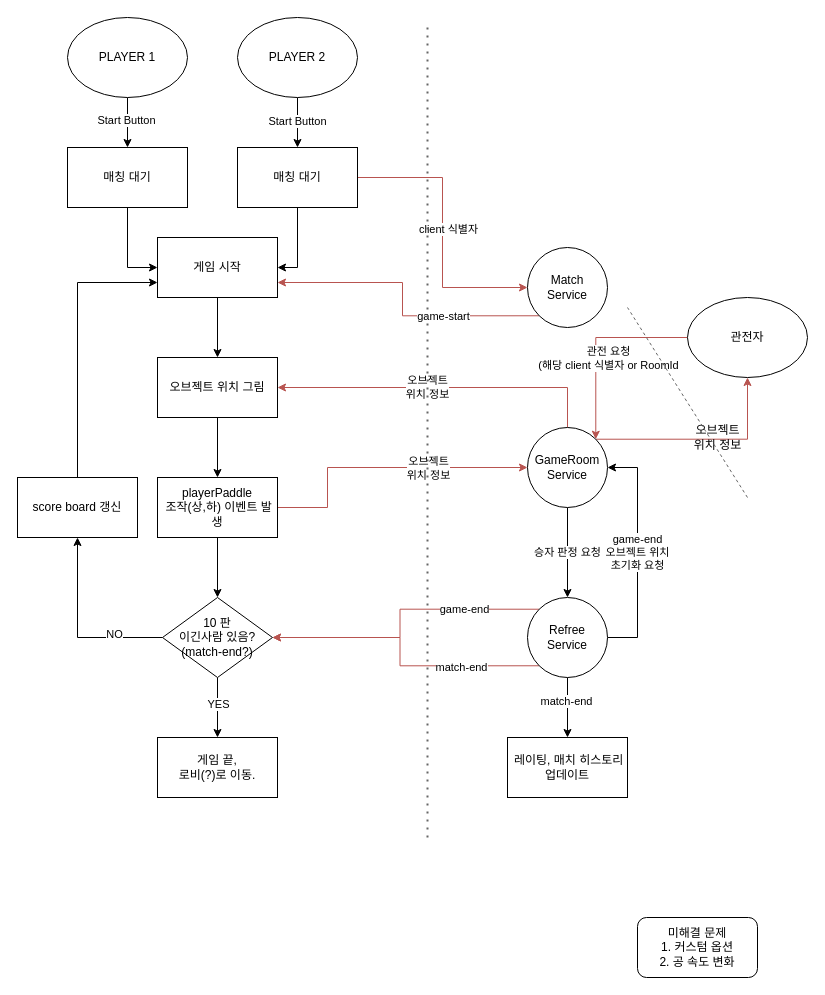
This is page "Game logic flow" (2 of 2) of Untitled Diagram.drawio from GunGonGamLeeLee/ft_transcendence, a draw.io file, before an edit. Source tidied: cells renumbered, new cells numbered last; positions are measured from the earlier drawing's top-left corner, leaving out a move shared by most shapes. Both pictures are drawn from the tidied source at 100%, with x=0, y=0 at pixel (17, 17).
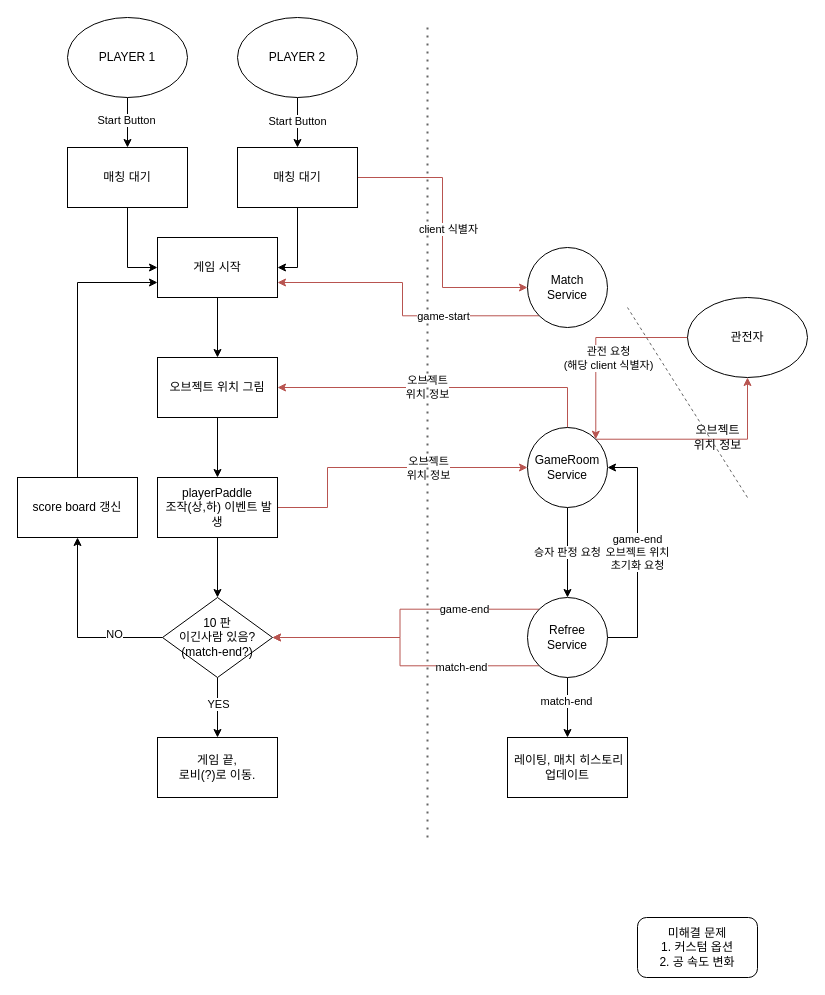
After the change.

The change refers to these unchanged cells:
```xml
<mxCell id="47" style="edgeStyle=orthogonalEdgeStyle;rounded=0;jettySize=auto;html=1;exitX=0;exitY=0.5;exitDx=0;exitDy=0;entryX=1;entryY=0;entryDx=0;entryDy=0;fillColor=#f8cecc;strokeColor=#b85450;" parent="1" edge="1" source="49" target="36">
  <mxGeometry relative="1" as="geometry" />
</mxCell>
```

What changed in the source:
```diff
@@
-    <mxCell id="48" value="관전 요청&lt;br&gt;(해당 client 식별자 or RoomId" style="edgeLabel;html=1;align=center;verticalAlign=middle;" parent="47" vertex="1">
+    <mxCell id="48" value="관전 요청&lt;br&gt;(해당 client 식별자)" style="edgeLabel;html=1;align=center;verticalAlign=middle;" parent="47" vertex="1">
       <mxGeometry x="0.19" y="-3" relative="1" as="geometry">
         <mxPoint x="15" y="-3" as="offset" />
       </mxGeometry>
     </mxCell>
```
